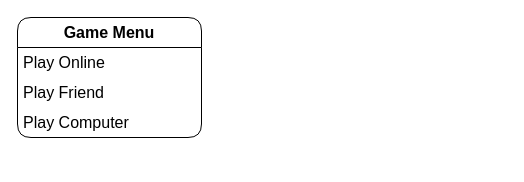
This is FoldersGambit.drawio from sonusario/Folders-Gambit, a draw.io file, before an edit. Source tidied: cells renumbered, new cells numbered last; positions are measured from the earlier drawing's top-left corner, leaving out a move shared by most shapes. Both pictures are drawn from the tidied source at 100%, with x=0, y=0 at pixel (17, 17).
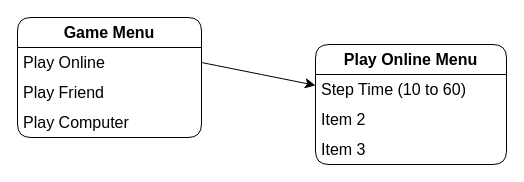
Above is the later version.

What changed in the source:
```diff
@@
 <mxGraphModel>
   <root>
     <mxCell id="0" />
     <mxCell id="1" parent="0" />
     <mxCell id="2" value="&lt;b&gt;Game Menu&lt;/b&gt;" style="swimlane;fontStyle=0;horizontal=1;startSize=30;whiteSpace=wrap;html=1;fontSize=16;rounded=1;" parent="1" vertex="1">
       <mxGeometry width="184" height="120" as="geometry" />
     </mxCell>
     <mxCell id="3" value="Play Online" style="text;align=left;verticalAlign=middle;spacingLeft=4;spacingRight=4;overflow=hidden;points=[[0,0.5],[1,0.5]];portConstraint=eastwest;whiteSpace=wrap;html=1;fontSize=16;rounded=1;" parent="2" vertex="1">
       <mxGeometry y="30" width="184" height="30" as="geometry" />
     </mxCell>
     <mxCell id="4" value="Play Friend" style="text;strokeColor=none;fillColor=none;align=left;verticalAlign=middle;spacingLeft=4;spacingRight=4;overflow=hidden;whiteSpace=wrap;html=1;fontSize=16;rounded=1;" parent="2" vertex="1">
       <mxGeometry y="60" width="184" height="30" as="geometry" />
     </mxCell>
     <mxCell id="5" value="Play Computer" style="text;strokeColor=none;fillColor=none;align=left;verticalAlign=middle;spacingLeft=4;spacingRight=4;overflow=hidden;whiteSpace=wrap;html=1;fontSize=16;rounded=1;" parent="2" vertex="1">
       <mxGeometry y="90" width="184" height="30" as="geometry" />
     </mxCell>
+    <mxCell id="6" value="&lt;b&gt;Play Online Menu&lt;/b&gt;" style="swimlane;fontStyle=0;horizontal=1;startSize=30;whiteSpace=wrap;html=1;rounded=1;fontSize=16;fillColor=default;" parent="1" vertex="1">
+      <mxGeometry x="298" y="27" width="191" height="120" as="geometry" />
+    </mxCell>
+    <mxCell id="7" value="Step Time (10 to 60)" style="text;strokeColor=none;fillColor=none;align=left;verticalAlign=middle;spacingLeft=4;spacingRight=4;overflow=hidden;whiteSpace=wrap;html=1;fontSize=16;" parent="6" vertex="1">
+      <mxGeometry y="30" width="191" height="30" as="geometry" />
+    </mxCell>
+    <mxCell id="8" value="Item 2" style="text;strokeColor=none;fillColor=none;align=left;verticalAlign=middle;spacingLeft=4;spacingRight=4;overflow=hidden;whiteSpace=wrap;html=1;fontSize=16;" parent="6" vertex="1">
+      <mxGeometry y="60" width="191" height="30" as="geometry" />
+    </mxCell>
+    <mxCell id="9" value="Item 3" style="text;strokeColor=none;fillColor=none;align=left;verticalAlign=middle;spacingLeft=4;spacingRight=4;overflow=hidden;whiteSpace=wrap;html=1;fontSize=16;" parent="6" vertex="1">
+      <mxGeometry y="90" width="191" height="30" as="geometry" />
+    </mxCell>
+    <mxCell id="10" style="edgeStyle=none;curved=1;rounded=1;jettySize=auto;html=1;exitX=1;exitY=0.5;exitDx=0;exitDy=0;fontSize=12;startSize=8;endSize=8;" parent="1" edge="1" source="3" target="6">
+      <mxGeometry relative="1" as="geometry" />
+    </mxCell>
   </root>
 </mxGraphModel>
```
